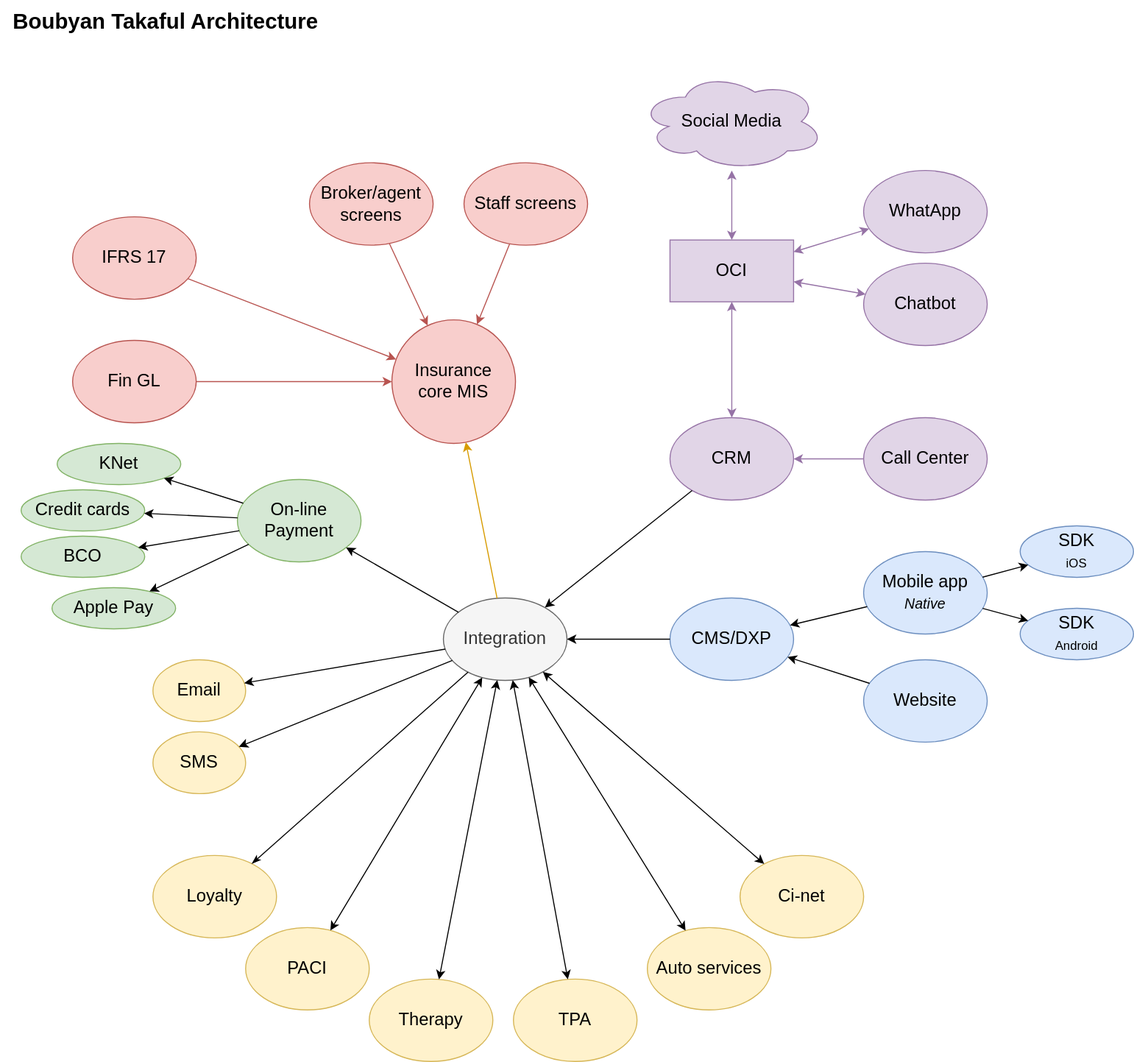
This is Astra Components(3).drawio.svg from computerchi/athome, a draw.io export, as it was before one commit. Source tidied: cells renumbered, new cells last; positions are measured from the earlier drawing's top-left corner, leaving out a move shared by most shapes.
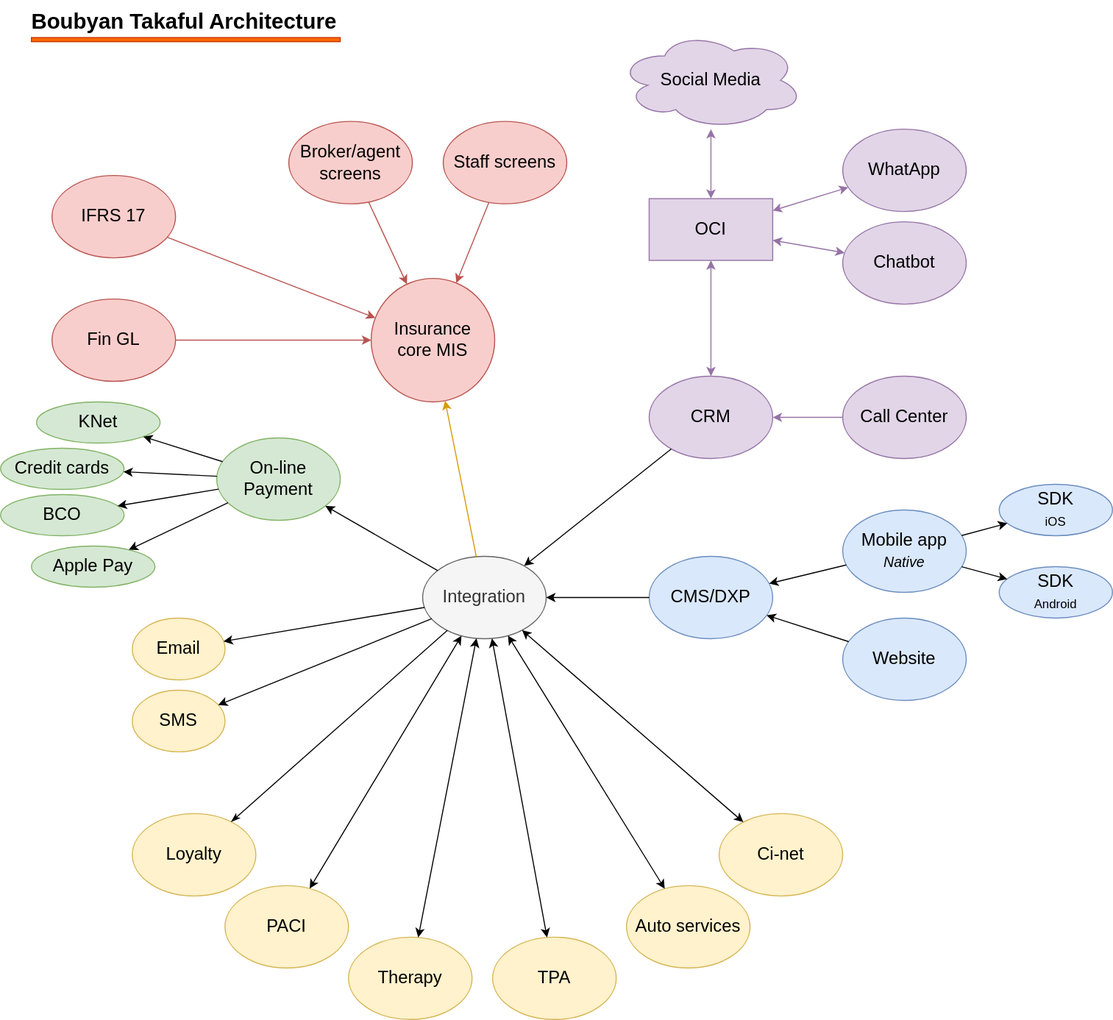
The same file after the commit.

What changed in the source:
```diff
@@ -168,7 +168,7 @@
       <mxGeometry relative="1" as="geometry" />
     </mxCell>
     <mxCell id="57" value="&lt;span&gt;&lt;font style=&quot;font-size: 21px;&quot;&gt;&lt;b&gt;Boubyan Takaful Architecture&lt;br&gt;&lt;/b&gt;&lt;/font&gt;&lt;/span&gt;" style="text;html=1;align=center;verticalAlign=middle;fillColor=none;strokeColor=none;rounded=0;fontStyle=0;" parent="1" vertex="1">
-      <mxGeometry width="320" height="40" as="geometry" />
+      <mxGeometry x="38" y="40" width="320" height="40" as="geometry" />
     </mxCell>
     <mxCell id="58" style="endArrow=classic;html=1;rounded=0;fontSize=12;" parent="1" edge="1" source="42" target="43">
       <mxGeometry relative="1" as="geometry" />
@@ -182,5 +182,8 @@
     <mxCell id="61" style="endArrow=classic;html=1;rounded=0;fontSize=12;" parent="1" edge="1" source="41" target="25">
       <mxGeometry relative="1" as="geometry" />
     </mxCell>
+    <mxCell id="62" style="rounded=0;whiteSpace=wrap;html=1;fontSize=12;fillColor=#fa6800;fontColor=#000000;strokeColor=#C73500;" parent="1" vertex="1">
+      <mxGeometry x="50" y="76" width="300" height="4" as="geometry" />
+    </mxCell>
   </root>
 </mxGraphModel>
```
